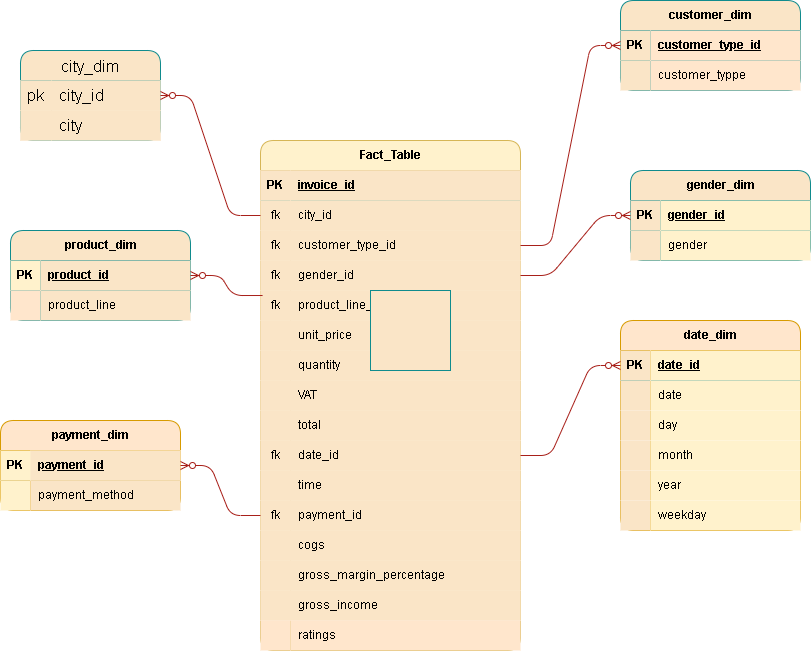
This is WalmartModel.drawio.png from kayikalvin/Walmart-DataAnalysis, a draw.io export, as it was before one commit. Source tidied: cells renumbered, new cells last; positions are measured from the earlier drawing's top-left corner, leaving out a move shared by most shapes.
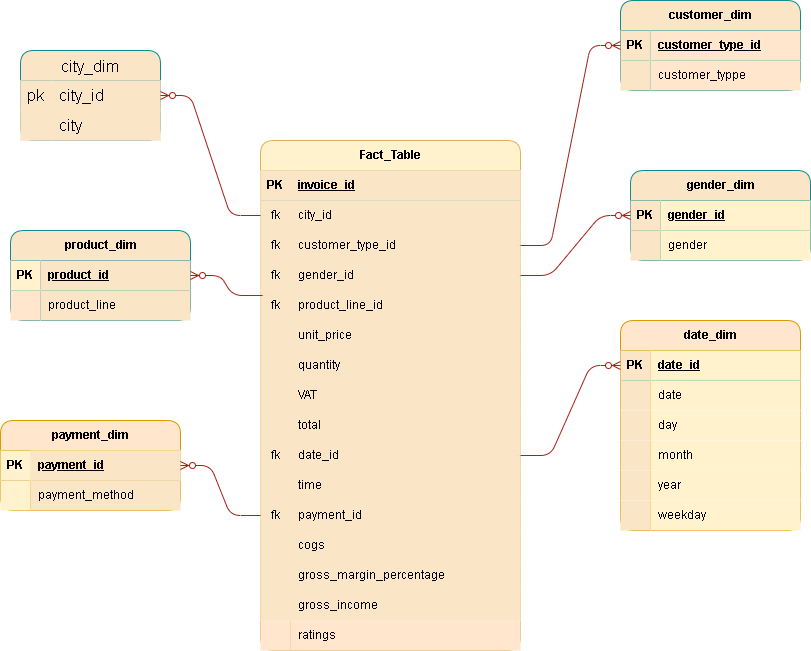
After the commit.

The edit, as a diff of the source:
```diff
@@ -329,8 +329,5 @@
     <mxCell id="110" style="edgeStyle=entityRelationEdgeStyle;fontSize=12;html=1;endArrow=ERzeroToMany;endFill=1;rounded=1;shadow=0;labelBackgroundColor=none;fontColor=#000000;strokeColor=#A8201A;" parent="1" edge="1" source="36" target="104">
       <mxGeometry relative="1" as="geometry" />
     </mxCell>
-    <mxCell id="111" style="whiteSpace=wrap;html=1;strokeColor=#0F8B8D;fontColor=#143642;fillColor=#FAE5C7;" parent="1" vertex="1">
-      <mxGeometry x="370" y="290" width="80" height="80" as="geometry" />
-    </mxCell>
   </root>
 </mxGraphModel>
```
